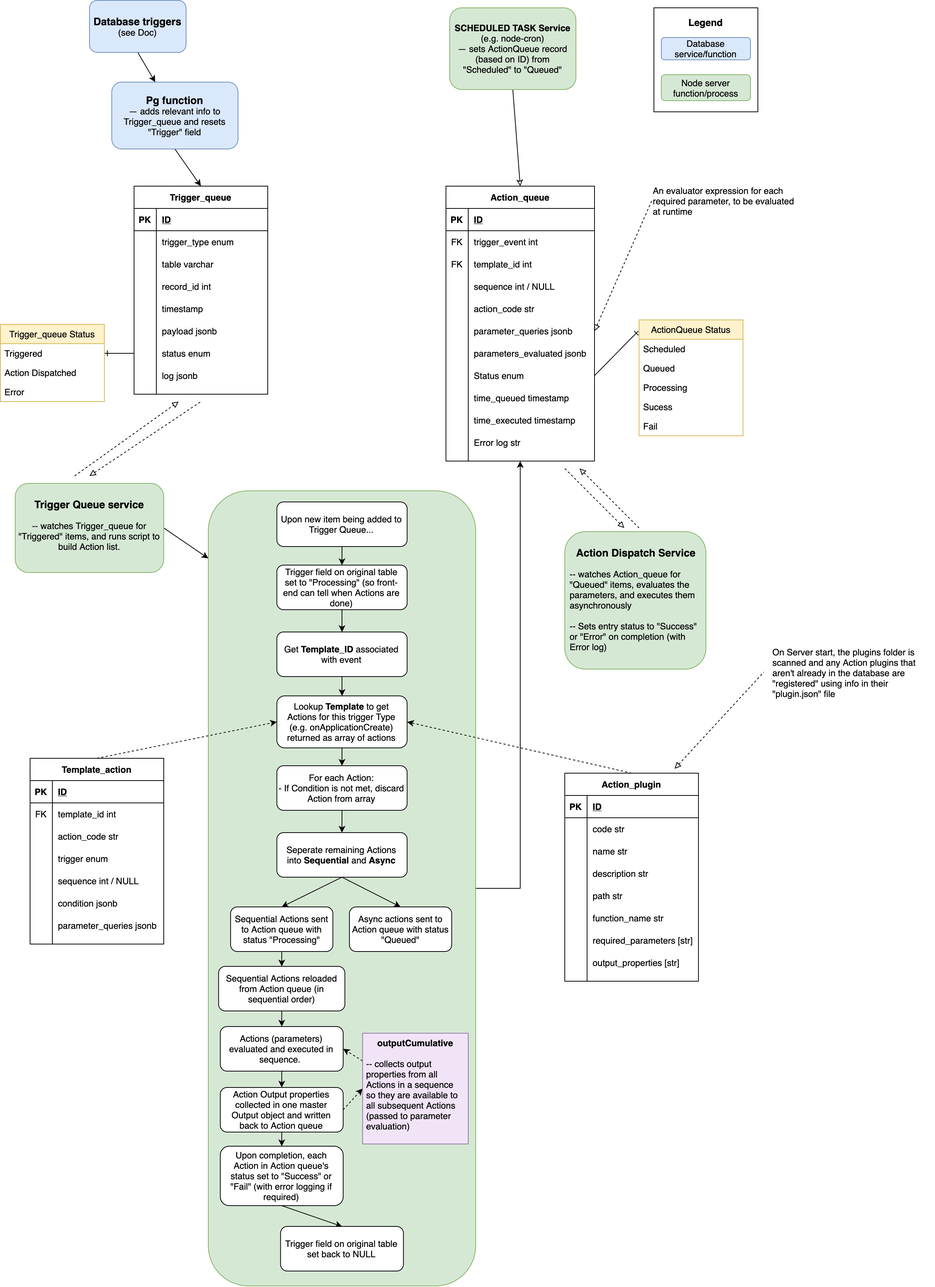
Earlier version of the draw.io export documentation/images/triggers-and-actions-diagram.png (msupply-foundation/conforma-server). Source tidied: cells renumbered, new cells last; positions are measured from the earlier drawing's top-left corner, leaving out a move shared by most shapes.
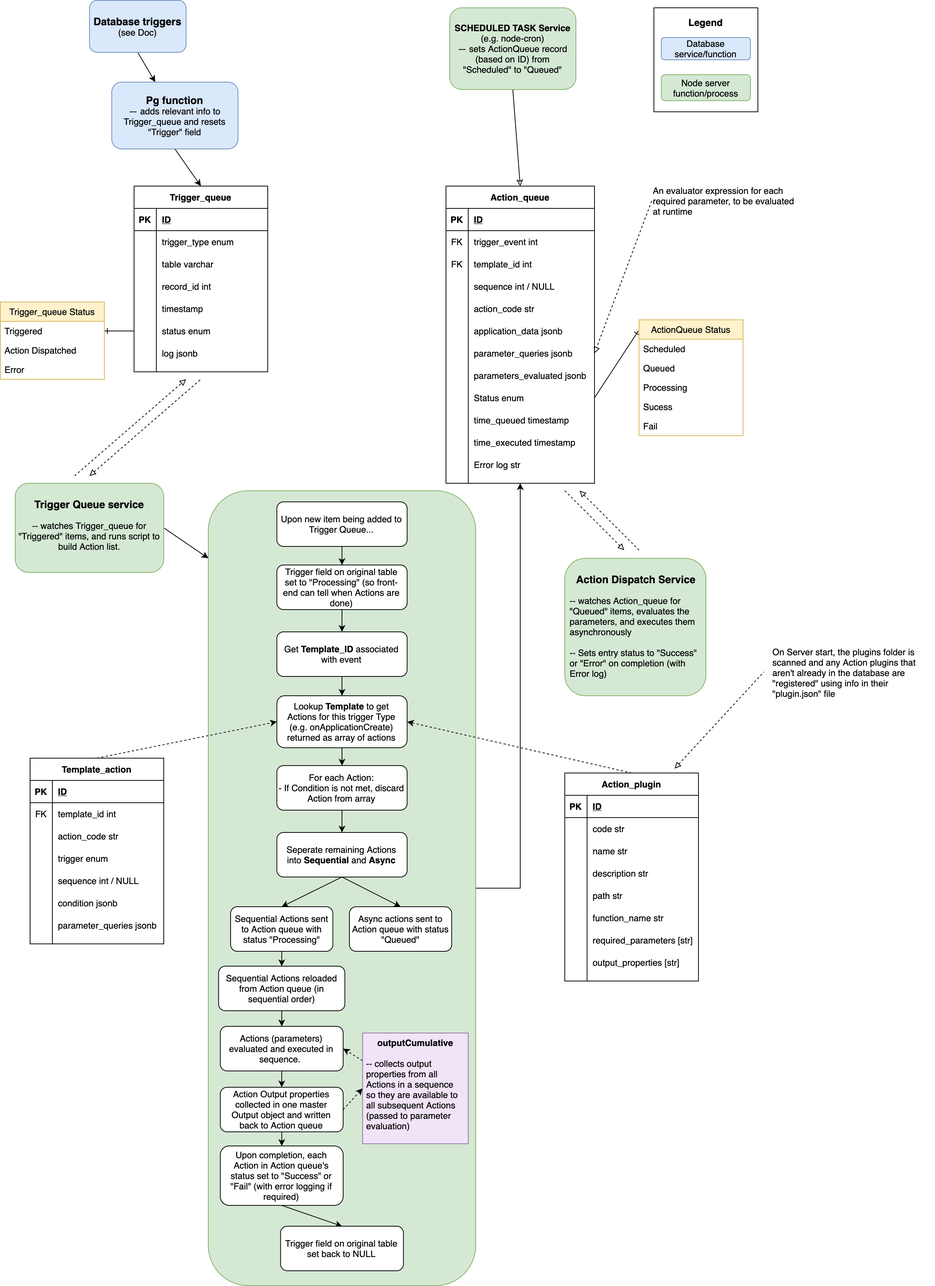
After the change.

What changed in the source:
```diff
@@ -15,18 +15,18 @@
       <mxGeometry relative="1" as="geometry" />
     </mxCell>
     <mxCell id="6" value="&lt;h3&gt;&lt;b&gt;Action Dispatch Service&lt;/b&gt;&lt;/h3&gt;&lt;span&gt;&lt;div style=&quot;text-align: left&quot;&gt;&lt;span&gt;-- watches Action_queue for &quot;Queued&quot; items, evaluates the parameters, and executes them asynchronously&lt;/span&gt;&lt;/div&gt;&lt;/span&gt;&lt;div style=&quot;text-align: left&quot;&gt;&lt;br&gt;&lt;/div&gt;&lt;div style=&quot;text-align: left&quot;&gt;&lt;span&gt;-- Sets entry status to &quot;Success&quot; or &quot;Error&quot; on completion (with Error log)&lt;/span&gt;&lt;/div&gt;" style="rounded=1;whiteSpace=wrap;html=1;fillColor=#d5e8d4;strokeColor=#82b366;spacingLeft=6;spacingRight=4;verticalAlign=top;" parent="1" vertex="1">
-      <mxGeometry x="760" y="715" width="190" height="185" as="geometry" />
+      <mxGeometry x="760" y="751" width="190" height="185" as="geometry" />
     </mxCell>
     <mxCell id="7" style="endArrow=none;dashed=1;html=1;startArrow=block;startFill=0;" parent="1" edge="1">
       <mxGeometry relative="1" as="geometry">
-        <mxPoint x="840" y="710" as="sourcePoint" />
-        <mxPoint x="760" y="630" as="targetPoint" />
+        <mxPoint x="840" y="740" as="sourcePoint" />
+        <mxPoint x="760" y="660" as="targetPoint" />
       </mxGeometry>
     </mxCell>
     <mxCell id="8" style="endArrow=block;dashed=1;html=1;startArrow=none;startFill=0;endFill=0;" parent="1" edge="1">
       <mxGeometry relative="1" as="geometry">
-        <mxPoint x="860" y="710" as="sourcePoint" />
-        <mxPoint x="780" y="630" as="targetPoint" />
+        <mxPoint x="860" y="740" as="sourcePoint" />
+        <mxPoint x="780" y="660" as="targetPoint" />
       </mxGeometry>
     </mxCell>
     <mxCell id="9" style="edgeStyle=none;rounded=0;jettySize=auto;html=1;exitX=0.5;exitY=1;exitDx=0;exitDy=0;entryX=0.5;entryY=0;entryDx=0;entryDy=0;startArrow=none;startFill=0;endArrow=classic;endFill=0;" parent="1" edge="1" source="10" target="82">
@@ -48,7 +48,7 @@
       <mxGeometry relative="1" as="geometry" />
     </mxCell>
     <mxCell id="14" value="Trigger_queue" style="shape=table;startSize=30;rowLines=0;fontStyle=1;align=center;" parent="1" vertex="1">
-      <mxGeometry x="180" y="250" width="180" height="280" as="geometry" />
+      <mxGeometry x="180" y="250" width="180" height="250" as="geometry" />
     </mxCell>
     <mxCell id="15" style="shape=partialRectangle;fillColor=none;top=0;left=0;bottom=1;right=0;" parent="14" vertex="1">
       <mxGeometry y="30" width="180" height="30" as="geometry" />
@@ -95,17 +95,8 @@
     <mxCell id="29" value="timestamp" style="shape=partialRectangle;fillColor=none;top=0;left=0;bottom=0;right=0;align=left;spacingLeft=6;overflow=hidden;" parent="27" vertex="1">
       <mxGeometry x="30" width="150" height="30" as="geometry" />
     </mxCell>
-    <mxCell id="30" style="shape=partialRectangle;fillColor=none;top=0;left=0;bottom=0;right=0;" parent="14" vertex="1">
-      <mxGeometry y="180" width="180" height="30" as="geometry" />
-    </mxCell>
-    <mxCell id="31" style="shape=partialRectangle;fillColor=none;top=0;left=0;bottom=0;right=0;overflow=hidden;" parent="30" vertex="1">
-      <mxGeometry width="30" height="30" as="geometry" />
-    </mxCell>
-    <mxCell id="32" value="payload jsonb" style="shape=partialRectangle;fillColor=none;top=0;left=0;bottom=0;right=0;align=left;spacingLeft=6;overflow=hidden;" parent="30" vertex="1">
-      <mxGeometry x="30" width="150" height="30" as="geometry" />
-    </mxCell>
     <mxCell id="33" style="shape=partialRectangle;fillColor=none;top=0;left=0;bottom=0;right=0;points=[[0,0.5],[1,0.5]];portConstraint=eastwest;" parent="14" vertex="1">
-      <mxGeometry y="210" width="180" height="30" as="geometry" />
+      <mxGeometry y="180" width="180" height="30" as="geometry" />
     </mxCell>
     <mxCell id="34" style="shape=partialRectangle;fillColor=none;top=0;left=0;bottom=0;right=0;overflow=hidden;" parent="33" vertex="1">
       <mxGeometry width="30" height="30" as="geometry" />
@@ -114,7 +105,7 @@
       <mxGeometry x="30" width="150" height="30" as="geometry" />
     </mxCell>
     <mxCell id="36" style="shape=partialRectangle;fillColor=none;top=0;left=0;bottom=0;right=0;" parent="14" vertex="1">
-      <mxGeometry y="240" width="180" height="30" as="geometry" />
+      <mxGeometry y="210" width="180" height="30" as="geometry" />
     </mxCell>
     <mxCell id="37" style="shape=partialRectangle;fillColor=none;top=0;left=0;bottom=0;right=0;overflow=hidden;" parent="36" vertex="1">
       <mxGeometry width="30" height="30" as="geometry" />
@@ -232,13 +223,13 @@
     <mxCell id="74" style="endArrow=block;dashed=1;html=1;startArrow=none;startFill=0;endFill=0;" parent="1" edge="1">
       <mxGeometry relative="1" as="geometry">
         <mxPoint x="100" y="640" as="sourcePoint" />
-        <mxPoint x="240" y="540" as="targetPoint" />
+        <mxPoint x="250" y="510" as="targetPoint" />
       </mxGeometry>
     </mxCell>
     <mxCell id="75" style="endArrow=none;dashed=1;html=1;startArrow=block;startFill=0;" parent="1" edge="1">
       <mxGeometry relative="1" as="geometry">
         <mxPoint x="120" y="640" as="sourcePoint" />
-        <mxPoint x="270" y="540" as="targetPoint" />
+        <mxPoint x="270" y="510" as="targetPoint" />
       </mxGeometry>
     </mxCell>
     <mxCell id="76" style="edgeStyle=orthogonalEdgeStyle;rounded=0;jettySize=auto;html=1;exitX=1;exitY=0.5;exitDx=0;exitDy=0;entryX=0.5;entryY=1;entryDx=0;entryDy=0;" parent="1" edge="1" source="40" target="82">
@@ -264,7 +255,7 @@
       <mxGeometry x="877" y="230" width="193" height="80" as="geometry" />
     </mxCell>
     <mxCell id="82" value="Action_queue" style="shape=table;startSize=30;rowLines=0;fontStyle=1;align=center;" parent="1" vertex="1">
-      <mxGeometry x="600" y="250" width="200" height="370" as="geometry" />
+      <mxGeometry x="600" y="250" width="200" height="400" as="geometry" />
     </mxCell>
     <mxCell id="83" style="shape=partialRectangle;fillColor=none;top=0;left=0;bottom=1;right=0;" parent="82" vertex="1">
       <mxGeometry y="30" width="200" height="30" as="geometry" />
@@ -311,8 +302,17 @@
     <mxCell id="97" value="action_code str" style="shape=partialRectangle;fillColor=none;top=0;left=0;bottom=0;right=0;align=left;spacingLeft=6;overflow=hidden;" parent="95" vertex="1">
       <mxGeometry x="30" width="170" height="30" as="geometry" />
     </mxCell>
+    <mxCell id="175" style="shape=partialRectangle;fillColor=none;top=0;left=0;bottom=0;right=0;" parent="82" vertex="1">
+      <mxGeometry y="180" width="200" height="30" as="geometry" />
+    </mxCell>
+    <mxCell id="31" style="shape=partialRectangle;fillColor=none;top=0;left=0;bottom=0;right=0;overflow=hidden;" parent="175" vertex="1">
+      <mxGeometry width="30" height="30" as="geometry" />
+    </mxCell>
+    <mxCell id="176" value="application_data jsonb" style="shape=partialRectangle;fillColor=none;top=0;left=0;bottom=0;right=0;align=left;spacingLeft=6;overflow=hidden;" parent="175" vertex="1">
+      <mxGeometry x="30" width="170" height="30" as="geometry" />
+    </mxCell>
     <mxCell id="98" style="shape=partialRectangle;fillColor=none;top=0;left=0;bottom=0;right=0;points=[[0,0.5],[1,0.5]];portConstraint=eastwest;" parent="82" vertex="1">
-      <mxGeometry y="180" width="200" height="30" as="geometry" />
+      <mxGeometry y="210" width="200" height="30" as="geometry" />
     </mxCell>
     <mxCell id="99" style="shape=partialRectangle;fillColor=none;top=0;left=0;bottom=0;right=0;overflow=hidden;" parent="98" vertex="1">
       <mxGeometry width="30" height="30" as="geometry" />
@@ -321,7 +321,7 @@
       <mxGeometry x="30" width="170" height="30" as="geometry" />
     </mxCell>
     <mxCell id="101" style="shape=partialRectangle;fillColor=none;top=0;left=0;bottom=0;right=0;" parent="82" vertex="1">
-      <mxGeometry y="210" width="200" height="30" as="geometry" />
+      <mxGeometry y="240" width="200" height="30" as="geometry" />
     </mxCell>
     <mxCell id="102" style="shape=partialRectangle;fillColor=none;top=0;left=0;bottom=0;right=0;overflow=hidden;" parent="101" vertex="1">
       <mxGeometry width="30" height="30" as="geometry" />
@@ -330,7 +330,7 @@
       <mxGeometry x="30" width="170" height="30" as="geometry" />
     </mxCell>
     <mxCell id="104" style="shape=partialRectangle;fillColor=none;top=0;left=0;bottom=0;right=0;points=[[0,0.5],[1,0.5]];portConstraint=eastwest;" parent="82" vertex="1">
-      <mxGeometry y="240" width="200" height="30" as="geometry" />
+      <mxGeometry y="270" width="200" height="30" as="geometry" />
     </mxCell>
     <mxCell id="105" style="shape=partialRectangle;fillColor=none;top=0;left=0;bottom=0;right=0;overflow=hidden;" parent="104" vertex="1">
       <mxGeometry width="30" height="30" as="geometry" />
@@ -339,7 +339,7 @@
       <mxGeometry x="30" width="170" height="30" as="geometry" />
     </mxCell>
     <mxCell id="107" style="shape=partialRectangle;fillColor=none;top=0;left=0;bottom=0;right=0;" parent="82" vertex="1">
-      <mxGeometry y="270" width="200" height="30" as="geometry" />
+      <mxGeometry y="300" width="200" height="30" as="geometry" />
     </mxCell>
     <mxCell id="108" style="shape=partialRectangle;fillColor=none;top=0;left=0;bottom=0;right=0;overflow=hidden;" parent="107" vertex="1">
       <mxGeometry width="30" height="30" as="geometry" />
@@ -348,7 +348,7 @@
       <mxGeometry x="30" width="170" height="30" as="geometry" />
     </mxCell>
     <mxCell id="110" style="shape=partialRectangle;fillColor=none;top=0;left=0;bottom=0;right=0;" parent="82" vertex="1">
-      <mxGeometry y="300" width="200" height="30" as="geometry" />
+      <mxGeometry y="330" width="200" height="30" as="geometry" />
     </mxCell>
     <mxCell id="111" style="shape=partialRectangle;fillColor=none;top=0;left=0;bottom=0;right=0;overflow=hidden;" parent="110" vertex="1">
       <mxGeometry width="30" height="30" as="geometry" />
@@ -357,7 +357,7 @@
       <mxGeometry x="30" width="170" height="30" as="geometry" />
     </mxCell>
     <mxCell id="113" style="shape=partialRectangle;fillColor=none;top=0;left=0;bottom=0;right=0;" parent="82" vertex="1">
-      <mxGeometry y="330" width="200" height="30" as="geometry" />
+      <mxGeometry y="360" width="200" height="30" as="geometry" />
     </mxCell>
     <mxCell id="114" style="shape=partialRectangle;fillColor=none;top=0;left=0;bottom=0;right=0;overflow=hidden;" parent="113" vertex="1">
       <mxGeometry width="30" height="30" as="geometry" />
@@ -365,18 +365,6 @@
     <mxCell id="115" value="Error log str" style="shape=partialRectangle;fillColor=none;top=0;left=0;bottom=0;right=0;align=left;spacingLeft=6;overflow=hidden;" parent="113" vertex="1">
       <mxGeometry x="30" width="170" height="30" as="geometry" />
     </mxCell>
-    <mxCell id="116" value="Trigger_queue Status" style="swimlane;fontStyle=0;horizontal=1;startSize=26;fillColor=#fff2cc;strokeColor=#d6b656;" parent="1" vertex="1">
-      <mxGeometry y="436" width="140" height="104" as="geometry" />
-    </mxCell>
-    <mxCell id="117" value="Triggered" style="text;strokeColor=none;fillColor=none;align=left;verticalAlign=top;spacingLeft=4;spacingRight=4;overflow=hidden;points=[[0,0.5],[1,0.5]];portConstraint=eastwest;" parent="116" vertex="1">
-      <mxGeometry y="26" width="140" height="26" as="geometry" />
-    </mxCell>
-    <mxCell id="118" value="Action Dispatched" style="text;strokeColor=none;fillColor=none;align=left;verticalAlign=top;spacingLeft=4;spacingRight=4;overflow=hidden;" parent="116" vertex="1">
-      <mxGeometry y="52" width="140" height="26" as="geometry" />
-    </mxCell>
-    <mxCell id="119" value="Error" style="text;strokeColor=none;fillColor=none;align=left;verticalAlign=top;spacingLeft=4;spacingRight=4;overflow=hidden;" parent="116" vertex="1">
-      <mxGeometry y="78" width="140" height="26" as="geometry" />
-    </mxCell>
     <mxCell id="120" value="ActionQueue Status" style="swimlane;fontStyle=0;horizontal=1;startSize=26;fillColor=#fff2cc;strokeColor=#d6b656;" parent="1" vertex="1">
       <mxGeometry x="860" y="430" width="140" height="156" as="geometry" />
     </mxCell>
@@ -542,5 +530,17 @@
     <mxCell id="174" style="edgeStyle=none;rounded=0;jettySize=auto;html=1;exitX=0.5;exitY=0;exitDx=0;exitDy=0;entryX=1;entryY=0.5;entryDx=0;entryDy=0;startArrow=none;startFill=0;dashed=1;" parent="1" edge="1" source="126" target="44">
       <mxGeometry relative="1" as="geometry" />
     </mxCell>
+    <mxCell id="116" value="Trigger_queue Status" style="swimlane;fontStyle=0;horizontal=1;startSize=26;fillColor=#fff2cc;strokeColor=#d6b656;" parent="1" vertex="1">
+      <mxGeometry y="406" width="140" height="104" as="geometry" />
+    </mxCell>
+    <mxCell id="117" value="Triggered" style="text;strokeColor=none;fillColor=none;align=left;verticalAlign=top;spacingLeft=4;spacingRight=4;overflow=hidden;points=[[0,0.5],[1,0.5]];portConstraint=eastwest;" parent="116" vertex="1">
+      <mxGeometry y="26" width="140" height="26" as="geometry" />
+    </mxCell>
+    <mxCell id="118" value="Action Dispatched" style="text;strokeColor=none;fillColor=none;align=left;verticalAlign=top;spacingLeft=4;spacingRight=4;overflow=hidden;" parent="116" vertex="1">
+      <mxGeometry y="52" width="140" height="26" as="geometry" />
+    </mxCell>
+    <mxCell id="119" value="Error" style="text;strokeColor=none;fillColor=none;align=left;verticalAlign=top;spacingLeft=4;spacingRight=4;overflow=hidden;" parent="116" vertex="1">
+      <mxGeometry y="78" width="140" height="26" as="geometry" />
+    </mxCell>
   </root>
 </mxGraphModel>
```
